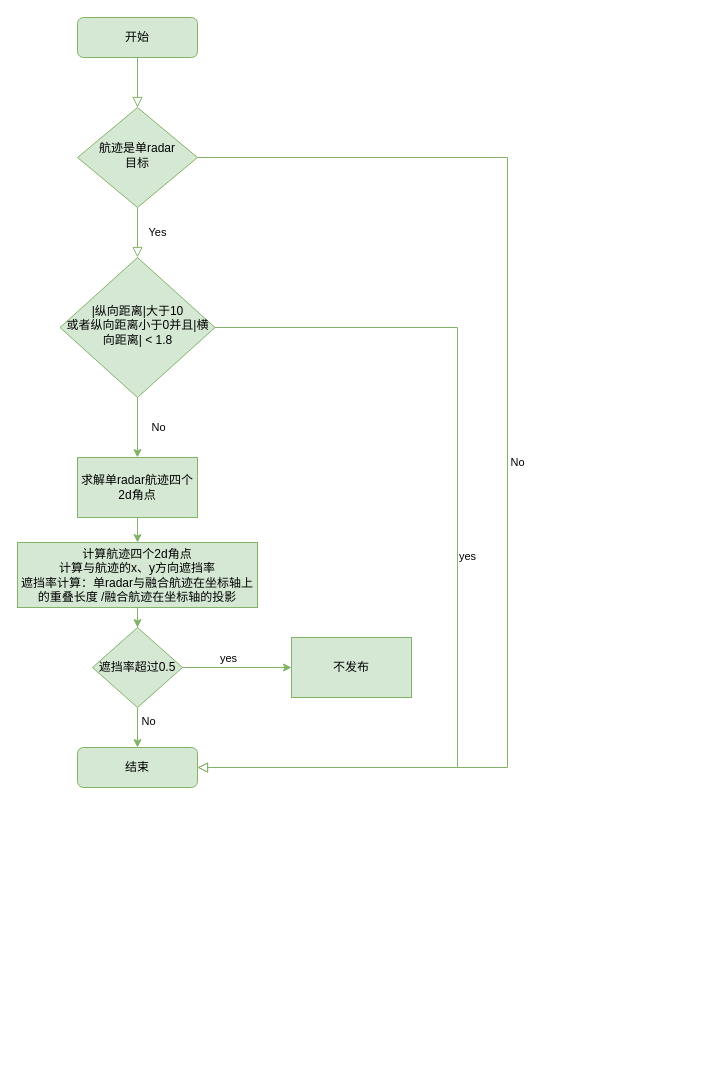
a1595341200/drawio keeps this draw.io diagram as 未命名绘图.drawio. Above is the earlier version. Source tidied: cells renumbered, new cells numbered last; positions are measured from the earlier drawing's top-left corner, leaving out a move shared by most shapes. Both pictures are drawn from the tidied source at 100%, with x=0, y=0 at pixel (17, 17).
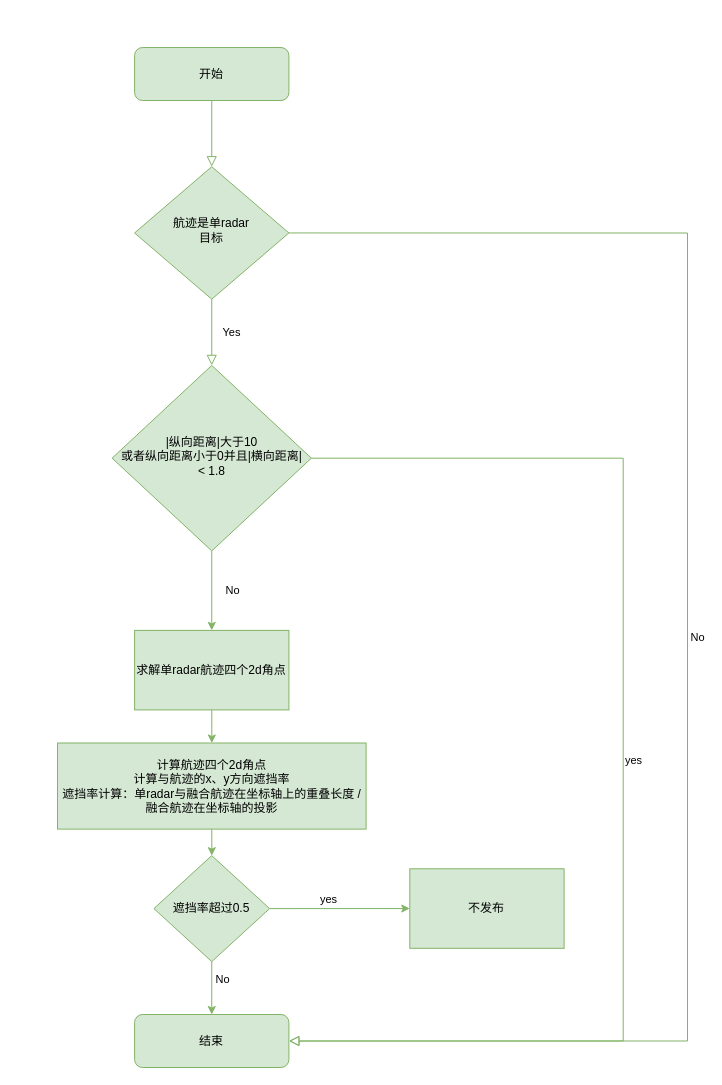
The same page after the edit.

Commit message:
更新未命名绘图.drawio

Diff of the diagram source:
```diff
@@
+    <mxCell id="22" style="group;" parent="1" vertex="1">
+      <mxGeometry x="40" y="30" width="630" height="1020" as="geometry" />
+    </mxCell>
-    <mxCell id="2" style="rounded=0;html=1;jettySize=auto;fontSize=11;endArrow=block;endFill=0;endSize=8;strokeWidth=1;shadow=0;labelBackgroundColor=none;edgeStyle=orthogonalEdgeStyle;fillColor=#d5e8d4;strokeColor=#82b366;" parent="1" edge="1" source="3" target="6">
+    <mxCell id="2" style="rounded=0;html=1;jettySize=auto;fontSize=11;endArrow=block;endFill=0;endSize=8;strokeWidth=1;shadow=0;labelBackgroundColor=none;edgeStyle=orthogonalEdgeStyle;fillColor=#d5e8d4;strokeColor=#82b366;" parent="22" edge="1" source="3" target="6">
       <mxGeometry relative="1" as="geometry" />
     </mxCell>
-    <mxCell id="3" value="开始" style="rounded=1;whiteSpace=wrap;html=1;fontSize=12;glass=0;strokeWidth=1;shadow=0;fillColor=#d5e8d4;strokeColor=#82b366;" parent="1" vertex="1">
-      <mxGeometry x="60" width="120" height="40" as="geometry" />
+    <mxCell id="3" value="开始" style="rounded=1;whiteSpace=wrap;html=1;fontSize=12;glass=0;strokeWidth=1;shadow=0;fillColor=#d5e8d4;strokeColor=#82b366;" parent="22" vertex="1">
+      <mxGeometry x="77.1" width="154.3" height="53" as="geometry" />
     </mxCell>
-    <mxCell id="4" value="Yes" style="rounded=0;html=1;jettySize=auto;fontSize=11;endArrow=block;endFill=0;endSize=8;strokeWidth=1;shadow=0;labelBackgroundColor=none;edgeStyle=orthogonalEdgeStyle;fillColor=#d5e8d4;strokeColor=#82b366;" parent="1" edge="1" source="6" target="10">
+    <mxCell id="4" value="Yes" style="rounded=0;html=1;jettySize=auto;fontSize=11;endArrow=block;endFill=0;endSize=8;strokeWidth=1;shadow=0;labelBackgroundColor=none;edgeStyle=orthogonalEdgeStyle;fillColor=#d5e8d4;strokeColor=#82b366;" parent="22" edge="1" source="6" target="10">
       <mxGeometry y="20" relative="1" as="geometry" />
     </mxCell>
-    <mxCell id="5" value="No" style="edgeStyle=orthogonalEdgeStyle;rounded=0;html=1;jettySize=auto;fontSize=11;endArrow=block;endFill=0;endSize=8;strokeWidth=1;shadow=0;labelBackgroundColor=none;entryX=1;entryY=0.5;entryDx=0;entryDy=0;exitX=1;exitY=0.5;exitDx=0;exitDy=0;fillColor=#d5e8d4;strokeColor=#82b366;" parent="1" edge="1" source="6" target="11">
+    <mxCell id="5" value="No" style="edgeStyle=orthogonalEdgeStyle;rounded=0;html=1;jettySize=auto;fontSize=11;endArrow=block;endFill=0;endSize=8;strokeWidth=1;shadow=0;labelBackgroundColor=none;entryX=1;entryY=0.5;entryDx=0;entryDy=0;exitX=1;exitY=0.5;exitDx=0;exitDy=0;fillColor=#d5e8d4;strokeColor=#82b366;" parent="22" edge="1" source="6" target="11">
       <mxGeometry y="10" relative="1" as="geometry">
         <Array as="points">
-          <mxPoint x="490" y="140" />
-          <mxPoint x="490" y="750" />
+          <mxPoint x="630" y="185.5" />
+          <mxPoint x="630" y="993.5" />
         </Array>
       </mxGeometry>
     </mxCell>
-    <mxCell id="6" value="&lt;div&gt;航迹是单radar&lt;/div&gt;&lt;div&gt;目标&lt;/div&gt;" style="rhombus;whiteSpace=wrap;html=1;shadow=0;fontFamily=Helvetica;fontSize=12;align=center;strokeWidth=1;spacing=6;spacingTop=-4;fillColor=#d5e8d4;strokeColor=#82b366;" parent="1" vertex="1">
-      <mxGeometry x="60" y="90" width="120" height="100" as="geometry" />
+    <mxCell id="6" value="&lt;div&gt;航迹是单radar&lt;/div&gt;&lt;div&gt;目标&lt;/div&gt;" style="rhombus;whiteSpace=wrap;html=1;shadow=0;fontFamily=Helvetica;fontSize=12;align=center;strokeWidth=1;spacing=6;spacingTop=-4;fillColor=#d5e8d4;strokeColor=#82b366;" parent="22" vertex="1">
+      <mxGeometry x="77.1" y="119.2" width="154.3" height="132.5" as="geometry" />
     </mxCell>
-    <mxCell id="7" value="yes" style="edgeStyle=orthogonalEdgeStyle;rounded=0;html=1;jettySize=auto;fontSize=11;endArrow=block;endFill=0;endSize=8;strokeWidth=1;shadow=0;labelBackgroundColor=none;entryX=1;entryY=0.5;entryDx=0;entryDy=0;fillColor=#d5e8d4;strokeColor=#82b366;" parent="1" edge="1" source="10" target="11">
+    <mxCell id="7" value="yes" style="edgeStyle=orthogonalEdgeStyle;rounded=0;html=1;jettySize=auto;fontSize=11;endArrow=block;endFill=0;endSize=8;strokeWidth=1;shadow=0;labelBackgroundColor=none;entryX=1;entryY=0.5;entryDx=0;entryDy=0;fillColor=#d5e8d4;strokeColor=#82b366;" parent="22" edge="1" source="10" target="11">
       <mxGeometry y="10" relative="1" as="geometry">
         <Array as="points">
-          <mxPoint x="440" y="310" />
-          <mxPoint x="440" y="750" />
+          <mxPoint x="565.7" y="410.6" />
+          <mxPoint x="565.7" y="993.5" />
         </Array>
       </mxGeometry>
     </mxCell>
-    <mxCell id="8" style="edgeStyle=orthogonalEdgeStyle;rounded=0;jettySize=auto;html=1;fillColor=#d5e8d4;strokeColor=#82b366;" parent="1" edge="1" source="10" target="13">
+    <mxCell id="8" style="edgeStyle=orthogonalEdgeStyle;rounded=0;jettySize=auto;html=1;fillColor=#d5e8d4;strokeColor=#82b366;" parent="22" edge="1" source="10" target="13">
       <mxGeometry relative="1" as="geometry" />
     </mxCell>
@@
-    <mxCell id="10" value="&lt;div&gt;|纵向距离|大于10&lt;/div&gt;&lt;div&gt;或者纵向距离小于0并且|横向距离| &amp;lt; 1.8&lt;br&gt;&lt;/div&gt;" style="rhombus;whiteSpace=wrap;html=1;shadow=0;fontFamily=Helvetica;fontSize=12;align=center;strokeWidth=1;spacing=6;spacingTop=-4;fillColor=#d5e8d4;strokeColor=#82b366;" parent="1" vertex="1">
-      <mxGeometry x="42.5" y="240" width="155" height="140" as="geometry" />
+    <mxCell id="10" value="&lt;div&gt;|纵向距离|大于10&lt;/div&gt;&lt;div&gt;或者纵向距离小于0并且|横向距离| &amp;lt; 1.8&lt;br&gt;&lt;/div&gt;" style="rhombus;whiteSpace=wrap;html=1;shadow=0;fontFamily=Helvetica;fontSize=12;align=center;strokeWidth=1;spacing=6;spacingTop=-4;fillColor=#d5e8d4;strokeColor=#82b366;" parent="22" vertex="1">
+      <mxGeometry x="54.6" y="317.9" width="199.3" height="185.5" as="geometry" />
     </mxCell>
-    <mxCell id="11" value="结束" style="rounded=1;whiteSpace=wrap;html=1;fontSize=12;glass=0;strokeWidth=1;shadow=0;fillColor=#d5e8d4;strokeColor=#82b366;" parent="1" vertex="1">
-      <mxGeometry x="60" y="730" width="120" height="40" as="geometry" />
+    <mxCell id="11" value="结束" style="rounded=1;whiteSpace=wrap;html=1;fontSize=12;glass=0;strokeWidth=1;shadow=0;fillColor=#d5e8d4;strokeColor=#82b366;" parent="22" vertex="1">
+      <mxGeometry x="77.1" y="967" width="154.3" height="53" as="geometry" />
     </mxCell>
-    <mxCell id="12" style="edgeStyle=orthogonalEdgeStyle;rounded=0;jettySize=auto;html=1;fillColor=#d5e8d4;strokeColor=#82b366;" parent="1" edge="1" source="13" target="15">
+    <mxCell id="12" style="edgeStyle=orthogonalEdgeStyle;rounded=0;jettySize=auto;html=1;fillColor=#d5e8d4;strokeColor=#82b366;" parent="22" edge="1" source="13" target="15">
       <mxGeometry relative="1" as="geometry" />
     </mxCell>
-    <mxCell id="13" value="求解单radar航迹四个2d角点" style="rounded=0;whiteSpace=wrap;html=1;fillColor=#d5e8d4;strokeColor=#82b366;" parent="1" vertex="1">
-      <mxGeometry x="60" y="440" width="120" height="60" as="geometry" />
+    <mxCell id="13" value="求解单radar航迹四个2d角点" style="rounded=0;whiteSpace=wrap;html=1;fillColor=#d5e8d4;strokeColor=#82b366;" parent="22" vertex="1">
+      <mxGeometry x="77.1" y="582.9" width="154.3" height="79.5" as="geometry" />
     </mxCell>
-    <mxCell id="14" style="edgeStyle=orthogonalEdgeStyle;rounded=0;jettySize=auto;html=1;fillColor=#d5e8d4;strokeColor=#82b366;" parent="1" edge="1" source="15" target="20">
+    <mxCell id="14" style="edgeStyle=orthogonalEdgeStyle;rounded=0;jettySize=auto;html=1;fillColor=#d5e8d4;strokeColor=#82b366;" parent="22" edge="1" source="15" target="20">
       <mxGeometry relative="1" as="geometry" />
     </mxCell>
-    <mxCell id="15" value="&lt;div&gt;计算航迹四个2d角点&lt;br&gt;&lt;/div&gt;&lt;div&gt;计算与航迹的x、y方向遮挡率&lt;/div&gt;&lt;div&gt;遮挡率计算：单radar与融合航迹在坐标轴上的重叠长度 /融合航迹在坐标轴的投影 &lt;br&gt;&lt;/div&gt;" style="rounded=0;whiteSpace=wrap;html=1;fillColor=#d5e8d4;strokeColor=#82b366;" parent="1" vertex="1">
-      <mxGeometry y="525" width="240" height="65" as="geometry" />
+    <mxCell id="15" value="&lt;div&gt;计算航迹四个2d角点&lt;br&gt;&lt;/div&gt;&lt;div&gt;计算与航迹的x、y方向遮挡率&lt;/div&gt;&lt;div&gt;遮挡率计算：单radar与融合航迹在坐标轴上的重叠长度 /融合航迹在坐标轴的投影 &lt;br&gt;&lt;/div&gt;" style="rounded=0;whiteSpace=wrap;html=1;fillColor=#d5e8d4;strokeColor=#82b366;" parent="22" vertex="1">
+      <mxGeometry y="695.5" width="308.6" height="86.1" as="geometry" />
     </mxCell>
-    <mxCell id="16" style="edgeStyle=orthogonalEdgeStyle;rounded=0;jettySize=auto;html=1;fillColor=#d5e8d4;strokeColor=#82b366;" parent="1" edge="1" source="20" target="11">
+    <mxCell id="16" style="edgeStyle=orthogonalEdgeStyle;rounded=0;jettySize=auto;html=1;fillColor=#d5e8d4;strokeColor=#82b366;" parent="22" edge="1" source="20" target="11">
       <mxGeometry relative="1" as="geometry" />
     </mxCell>
@@
-    <mxCell id="18" style="edgeStyle=orthogonalEdgeStyle;rounded=0;jettySize=auto;html=1;exitX=1;exitY=0.5;exitDx=0;exitDy=0;entryX=0;entryY=0.5;entryDx=0;entryDy=0;fillColor=#d5e8d4;strokeColor=#82b366;" parent="1" edge="1" source="20" target="21">
+    <mxCell id="18" style="edgeStyle=orthogonalEdgeStyle;rounded=0;jettySize=auto;html=1;exitX=1;exitY=0.5;exitDx=0;exitDy=0;entryX=0;entryY=0.5;entryDx=0;entryDy=0;fillColor=#d5e8d4;strokeColor=#82b366;" parent="22" edge="1" source="20" target="21">
       <mxGeometry relative="1" as="geometry" />
     </mxCell>
@@
-    <mxCell id="20" value="遮挡率超过0.5" style="rhombus;whiteSpace=wrap;html=1;fillColor=#d5e8d4;strokeColor=#82b366;" parent="1" vertex="1">
-      <mxGeometry x="75" y="610" width="90" height="80" as="geometry" />
+    <mxCell id="20" value="遮挡率超过0.5" style="rhombus;whiteSpace=wrap;html=1;fillColor=#d5e8d4;strokeColor=#82b366;" parent="22" vertex="1">
+      <mxGeometry x="96.4" y="808.1" width="115.7" height="106" as="geometry" />
     </mxCell>
-    <mxCell id="21" value="不发布" style="rounded=0;whiteSpace=wrap;html=1;fillColor=#d5e8d4;strokeColor=#82b366;" parent="1" vertex="1">
-      <mxGeometry x="274" y="620" width="120" height="60" as="geometry" />
+    <mxCell id="21" value="不发布" style="rounded=0;whiteSpace=wrap;html=1;fillColor=#d5e8d4;strokeColor=#82b366;" parent="22" vertex="1">
+      <mxGeometry x="352.3" y="821.3" width="154.3" height="79.5" as="geometry" />
     </mxCell>
```
